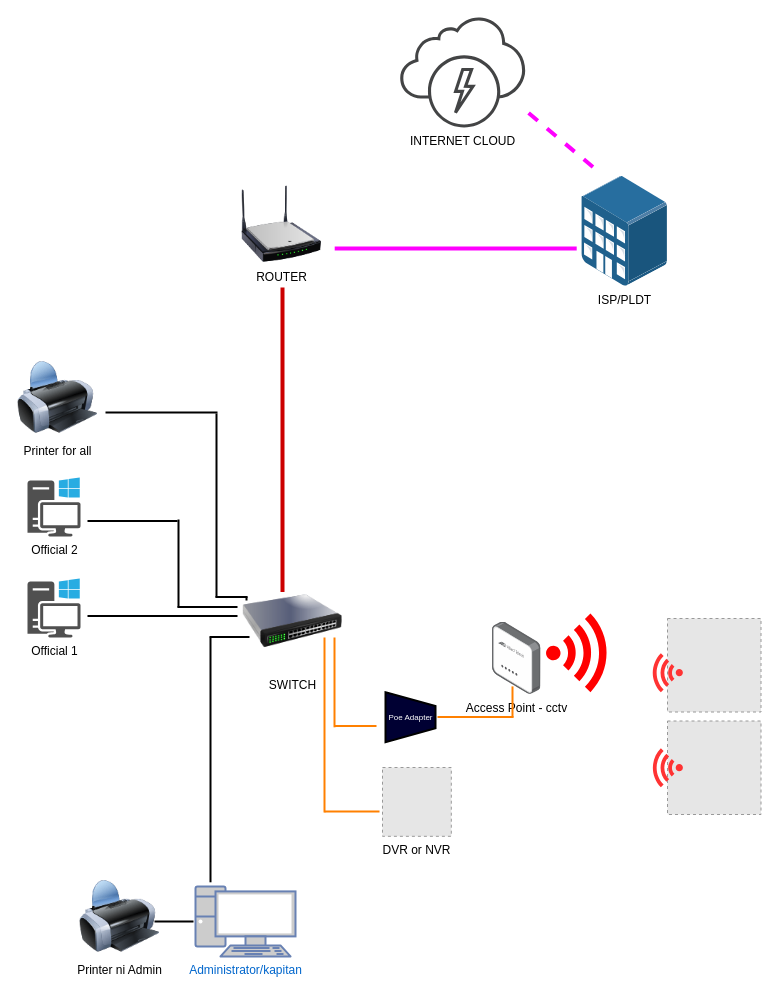
Earlier version of the draw.io diagram page "Page-1" (1 of 2) of Untitled Diagram.drawio (Jayke770/ojt). Source tidied: cells renumbered, new cells numbered last; positions are measured from the earlier drawing's top-left corner, leaving out a move shared by most shapes. Both pictures are drawn from the tidied source at 100%, with x=0, y=0 at pixel (17, 17). Pictures stored in the file or linked from it are replaced by grey dashed boxes.
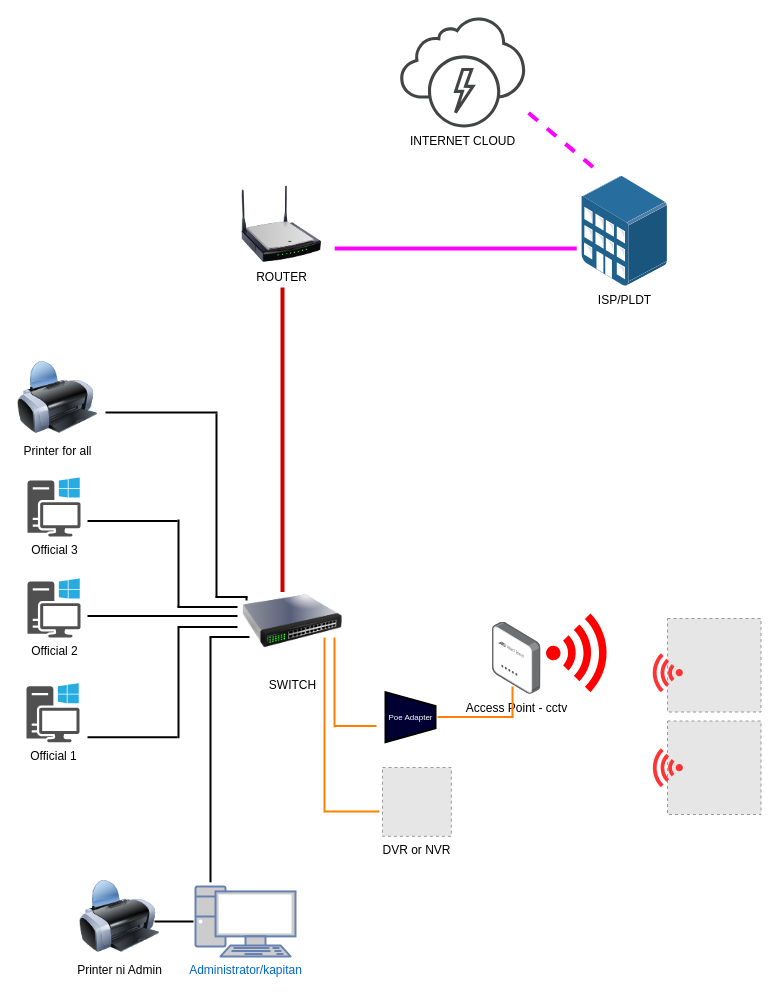
The same page after the edit.

Change to the diagram source:
```diff
@@
-    <mxCell id="2" value="Official 2" style="shadow=0;dashed=0;html=1;strokeColor=none;fillColor=#505050;labelPosition=center;verticalLabelPosition=bottom;verticalAlign=top;align=center;shape=mxgraph.office.devices.workstation_pc;" parent="1" vertex="1">
+    <mxCell id="2" value="Official 3" style="shadow=0;dashed=0;html=1;strokeColor=none;fillColor=#505050;labelPosition=center;verticalLabelPosition=bottom;verticalAlign=top;align=center;shape=mxgraph.office.devices.workstation_pc;" parent="1" vertex="1">
       <mxGeometry x="10" y="460" width="53" height="59" as="geometry" />
     </mxCell>
-    <mxCell id="3" value="Official 1" style="shadow=0;dashed=0;html=1;strokeColor=none;fillColor=#505050;labelPosition=center;verticalLabelPosition=bottom;verticalAlign=top;align=center;shape=mxgraph.office.devices.workstation_pc;" parent="1" vertex="1">
+    <mxCell id="3" value="Official 2" style="shadow=0;dashed=0;html=1;strokeColor=none;fillColor=#505050;labelPosition=center;verticalLabelPosition=bottom;verticalAlign=top;align=center;shape=mxgraph.office.devices.workstation_pc;" parent="1" vertex="1">
       <mxGeometry x="10" y="561" width="53" height="59" as="geometry" />
     </mxCell>
@@
+    <mxCell id="39" value="Official 1" style="shadow=0;dashed=0;html=1;strokeColor=none;fillColor=#505050;labelPosition=center;verticalLabelPosition=bottom;verticalAlign=top;align=center;shape=mxgraph.office.devices.workstation_pc;" parent="1" vertex="1">
+      <mxGeometry x="9" y="665.7" width="53" height="59" as="geometry" />
+    </mxCell>
+    <mxCell id="40" style="line;strokeWidth=2;html=1;" parent="1" vertex="1">
+      <mxGeometry x="70" y="714.7" width="90" height="10" as="geometry" />
+    </mxCell>
+    <mxCell id="41" style="line;strokeWidth=2;direction=south;html=1;" parent="1" vertex="1">
+      <mxGeometry x="156" y="610" width="10" height="110.7" as="geometry" />
+    </mxCell>
+    <mxCell id="42" style="line;strokeWidth=2;html=1;" parent="1" vertex="1">
+      <mxGeometry x="160" y="604.5" width="60" height="10" as="geometry" />
+    </mxCell>
```
